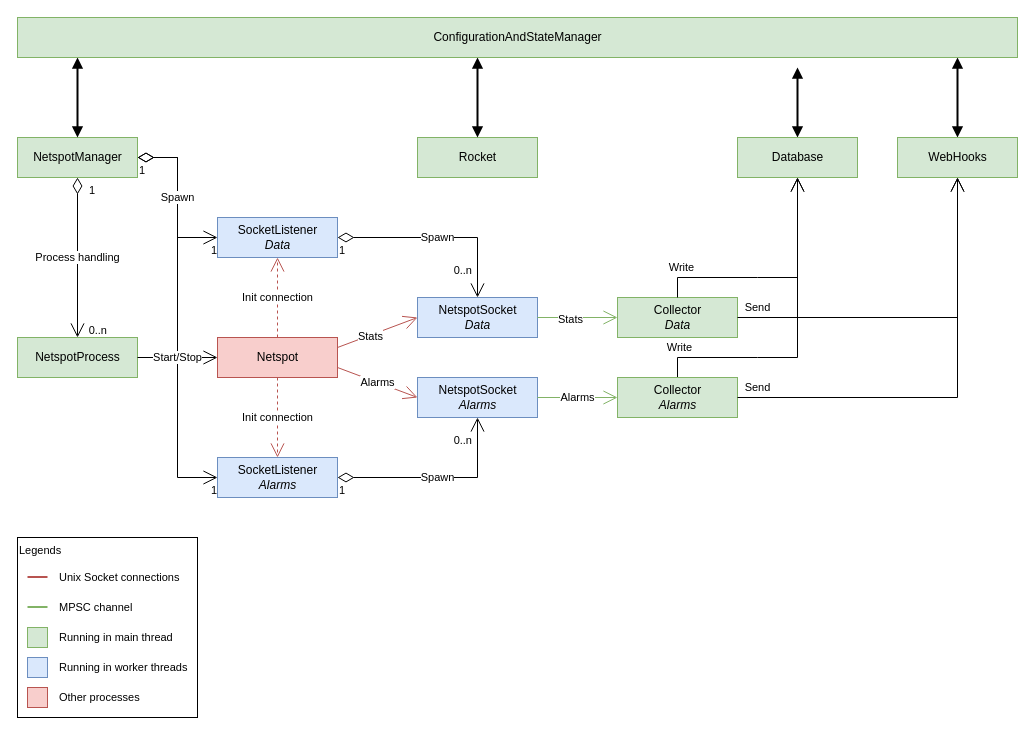
Above: page "Objects and Interactions" (2 of 3) of docs/NetSpotControl.drawio in sifis-home/wp4-edge_ids (draw.io), before the change. Source tidied: cells renumbered, new cells numbered last; positions are measured from the earlier drawing's top-left corner, leaving out a move shared by most shapes. Both pictures are drawn from the tidied source at 100%, with x=0, y=0 at pixel (17, 17).
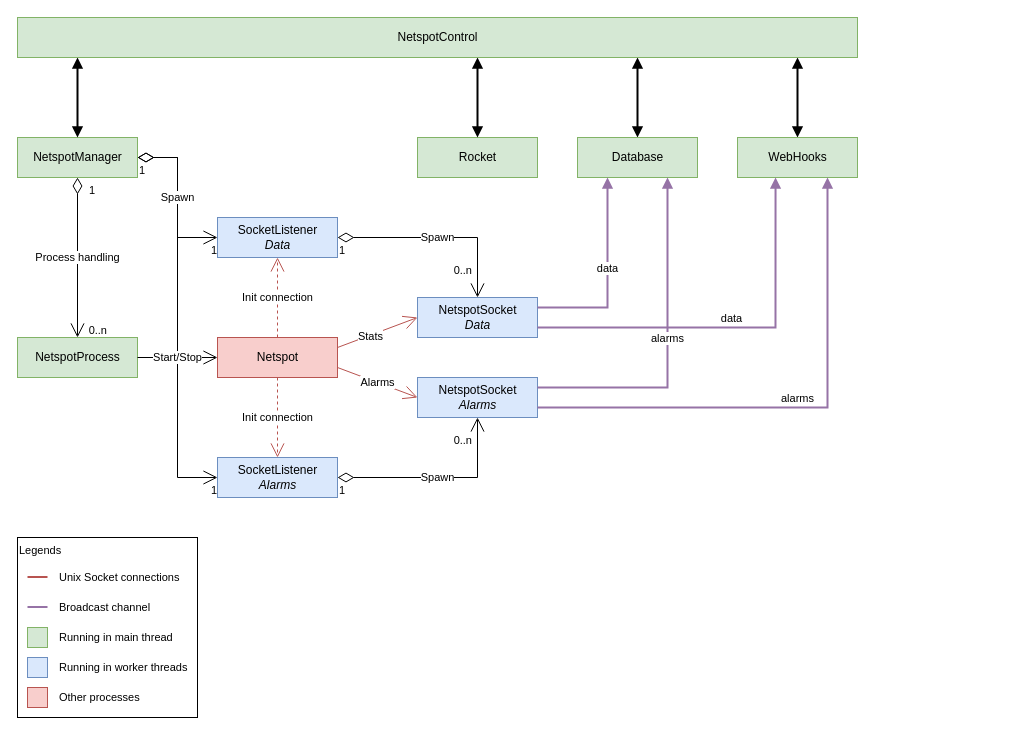
After the change.

Unchanged cells that the change refers to:
```xml
<mxCell id="9" value="NetspotSocket&lt;br&gt;&lt;i&gt;Alarms&lt;/i&gt;" style="html=1;fillColor=#dae8fc;strokeColor=#6c8ebf;" parent="1" vertex="1">
  <mxGeometry x="400" y="360" width="120" height="40" as="geometry" />
</mxCell>
<mxCell id="10" value="NetspotSocket&lt;br&gt;&lt;i&gt;Data&lt;/i&gt;" style="html=1;fillColor=#dae8fc;strokeColor=#6c8ebf;" parent="1" vertex="1">
  <mxGeometry x="400" y="280" width="120" height="40" as="geometry" />
</mxCell>
```

Diff of the diagram source:
```diff
@@
-    <mxCell id="3" value="Write" style="endArrow=open;endFill=1;endSize=12;html=1;rounded=0;strokeWidth=1;fontFamily=Helvetica;fontSize=11;fontColor=default;exitX=0.5;exitY=0;exitDx=0;exitDy=0;edgeStyle=orthogonalEdgeStyle;" parent="1" edge="1" source="23" target="52">
-      <mxGeometry x="-0.86" y="10" relative="1" as="geometry">
-        <Array as="points">
-          <mxPoint x="740" y="340" />
-          <mxPoint x="860" y="340" />
-        </Array>
-      </mxGeometry>
-    </mxCell>
-    <mxCell id="4" value="Collector&lt;br&gt;&lt;i&gt;Data&lt;/i&gt;" style="html=1;fillColor=#d5e8d4;strokeColor=#82b366;" parent="1" vertex="1">
-      <mxGeometry x="600" y="280" width="120" height="40" as="geometry" />
-    </mxCell>
@@
-    <mxCell id="23" value="Collector&lt;br&gt;&lt;i&gt;Alarms&lt;/i&gt;" style="html=1;fillColor=#d5e8d4;strokeColor=#82b366;" parent="1" vertex="1">
-      <mxGeometry x="600" y="360" width="120" height="40" as="geometry" />
-    </mxCell>
@@
-    <mxCell id="26" style="endArrow=none;html=1;rounded=0;fontFamily=Helvetica;fontSize=11;fontColor=default;fillColor=#d5e8d4;strokeColor=#82b366;strokeWidth=2;" parent="1" edge="1">
+    <mxCell id="26" style="endArrow=none;html=1;rounded=0;fontFamily=Helvetica;fontSize=11;fontColor=default;fillColor=#e1d5e7;strokeColor=#9673a6;strokeWidth=2;" parent="1" edge="1">
       <mxGeometry relative="1" as="geometry">
         <mxPoint x="10" y="589.5" as="sourcePoint" />
         <mxPoint x="30" y="589.6" as="targetPoint" />
       </mxGeometry>
     </mxCell>
-    <mxCell id="27" value="MPSC channel" style="text;html=1;strokeColor=none;fillColor=none;align=left;verticalAlign=middle;whiteSpace=wrap;rounded=0;labelBackgroundColor=default;fontFamily=Helvetica;fontSize=11;fontColor=default;" parent="1" vertex="1">
+    <mxCell id="27" value="Broadcast channel" style="text;html=1;strokeColor=none;fillColor=none;align=left;verticalAlign=middle;whiteSpace=wrap;rounded=0;labelBackgroundColor=default;fontFamily=Helvetica;fontSize=11;fontColor=default;" parent="1" vertex="1">
       <mxGeometry x="40" y="580" width="140" height="20" as="geometry" />
     </mxCell>
-    <mxCell id="28" style="endArrow=open;endFill=1;endSize=12;html=1;rounded=0;fontFamily=Helvetica;fontSize=11;fontColor=default;fillColor=#d5e8d4;strokeColor=#82b366;" parent="1" edge="1" source="10" target="4">
-      <mxGeometry relative="1" as="geometry" />
-    </mxCell>
-    <mxCell id="29" value="Stats" style="edgeLabel;html=1;align=center;verticalAlign=middle;fontSize=11;fontFamily=Helvetica;fontColor=default;" parent="28" vertex="1">
-      <mxGeometry x="-0.2" y="-1" relative="1" as="geometry" />
-    </mxCell>
-    <mxCell id="30" value="Alarms" style="endArrow=open;endFill=1;endSize=12;html=1;rounded=0;fontFamily=Helvetica;fontSize=11;fontColor=default;fillColor=#d5e8d4;strokeColor=#82b366;" parent="1" edge="1" source="9" target="23">
-      <mxGeometry relative="1" as="geometry" />
-    </mxCell>
@@
     <mxCell id="33" style="endArrow=block;startArrow=block;endFill=1;startFill=1;html=1;rounded=0;strokeWidth=2;fontFamily=Helvetica;fontSize=11;fontColor=default;entryX=0.5;entryY=0;entryDx=0;entryDy=0;" parent="1" edge="1" target="52">
       <mxGeometry relative="1" as="geometry">
-        <mxPoint x="780" y="50" as="sourcePoint" />
+        <mxPoint x="620" y="40" as="sourcePoint" />
       </mxGeometry>
     </mxCell>
-    <mxCell id="34" value="Write" style="endArrow=open;endFill=1;endSize=12;html=1;rounded=0;strokeWidth=1;fontFamily=Helvetica;fontSize=11;fontColor=default;exitX=0.5;exitY=0;exitDx=0;exitDy=0;edgeStyle=orthogonalEdgeStyle;" parent="1" edge="1" source="4" target="52">
-      <mxGeometry x="-0.8" y="10" relative="1" as="geometry">
-        <Array as="points">
-          <mxPoint x="740" y="260" />
-          <mxPoint x="860" y="260" />
-        </Array>
-      </mxGeometry>
-    </mxCell>
-    <mxCell id="35" style="endArrow=block;startArrow=block;endFill=1;startFill=1;html=1;rounded=0;strokeWidth=2;fontFamily=Helvetica;fontSize=11;fontColor=default;" parent="1" edge="1">
+    <mxCell id="35" style="endArrow=block;startArrow=block;endFill=1;startFill=1;html=1;rounded=0;strokeWidth=2;fontFamily=Helvetica;fontSize=11;fontColor=default;entryX=0.5;entryY=0;entryDx=0;entryDy=0;" parent="1" edge="1" target="53">
       <mxGeometry relative="1" as="geometry">
-        <mxPoint x="940" y="40" as="sourcePoint" />
-        <mxPoint x="940" y="120" as="targetPoint" />
+        <mxPoint x="780" y="40" as="sourcePoint" />
       </mxGeometry>
     </mxCell>
-    <mxCell id="36" value="Send" style="endArrow=open;endFill=1;endSize=12;html=1;rounded=0;strokeWidth=1;fontFamily=Helvetica;fontSize=11;fontColor=default;exitX=1;exitY=0.5;exitDx=0;exitDy=0;edgeStyle=orthogonalEdgeStyle;" parent="1" edge="1" source="23" target="53">
-      <mxGeometry x="-0.91" y="10" relative="1" as="geometry" />
-    </mxCell>
-    <mxCell id="37" value="Send" style="endArrow=open;endFill=1;endSize=12;html=1;rounded=0;strokeWidth=1;fontFamily=Helvetica;fontSize=11;fontColor=default;exitX=1;exitY=0.5;exitDx=0;exitDy=0;edgeStyle=orthogonalEdgeStyle;" parent="1" edge="1" source="4" target="53">
-      <mxGeometry x="-0.89" y="10" relative="1" as="geometry" />
-    </mxCell>
@@
-    <mxCell id="42" value="ConfigurationAndStateManager" style="html=1;fillColor=#d5e8d4;strokeColor=#82b366;" parent="1" vertex="1">
-      <mxGeometry width="1000" height="40" as="geometry" />
+    <mxCell id="42" value="NetspotControl" style="html=1;fillColor=#d5e8d4;strokeColor=#82b366;" parent="1" vertex="1">
+      <mxGeometry width="840" height="40" as="geometry" />
     </mxCell>
@@
     <mxCell id="52" value="Database" style="html=1;fillColor=#d5e8d4;strokeColor=#82b366;" parent="1" vertex="1">
-      <mxGeometry x="720" y="120" width="120" height="40" as="geometry" />
+      <mxGeometry x="560" y="120" width="120" height="40" as="geometry" />
     </mxCell>
     <mxCell id="53" value="WebHooks" style="html=1;fillColor=#d5e8d4;strokeColor=#82b366;" parent="1" vertex="1">
-      <mxGeometry x="880" y="120" width="120" height="40" as="geometry" />
+      <mxGeometry x="720" y="120" width="120" height="40" as="geometry" />
     </mxCell>
@@
+    <mxCell id="58" value="data" style="html=1;verticalAlign=bottom;endArrow=block;rounded=0;exitX=1;exitY=0.75;exitDx=0;exitDy=0;edgeStyle=orthogonalEdgeStyle;fillColor=#e1d5e7;strokeColor=#9673a6;entryX=0.317;entryY=1;entryDx=0;entryDy=0;entryPerimeter=0;strokeWidth=2;" parent="1" edge="1" source="10" target="53">
+      <mxGeometry relative="1" as="geometry" />
+    </mxCell>
+    <mxCell id="59" value="data" style="html=1;verticalAlign=bottom;endArrow=block;rounded=0;exitX=1;exitY=0.25;exitDx=0;exitDy=0;edgeStyle=orthogonalEdgeStyle;fillColor=#e1d5e7;strokeColor=#9673a6;entryX=0.25;entryY=1;entryDx=0;entryDy=0;strokeWidth=2;" parent="1" edge="1" source="10" target="52">
+      <mxGeometry relative="1" as="geometry" />
+    </mxCell>
+    <mxCell id="60" value="alarms" style="html=1;verticalAlign=bottom;endArrow=block;rounded=0;exitX=1;exitY=0.25;exitDx=0;exitDy=0;edgeStyle=orthogonalEdgeStyle;fillColor=#e1d5e7;strokeColor=#9673a6;entryX=0.75;entryY=1;entryDx=0;entryDy=0;strokeWidth=2;" parent="1" edge="1" source="9" target="52">
+      <mxGeometry relative="1" as="geometry" />
+    </mxCell>
+    <mxCell id="61" value="alarms" style="html=1;verticalAlign=bottom;endArrow=block;rounded=0;exitX=1;exitY=0.75;exitDx=0;exitDy=0;edgeStyle=orthogonalEdgeStyle;fillColor=#e1d5e7;strokeColor=#9673a6;entryX=0.75;entryY=1;entryDx=0;entryDy=0;strokeWidth=2;" parent="1" edge="1" source="9" target="53">
+      <mxGeometry relative="1" as="geometry" />
+    </mxCell>
```
